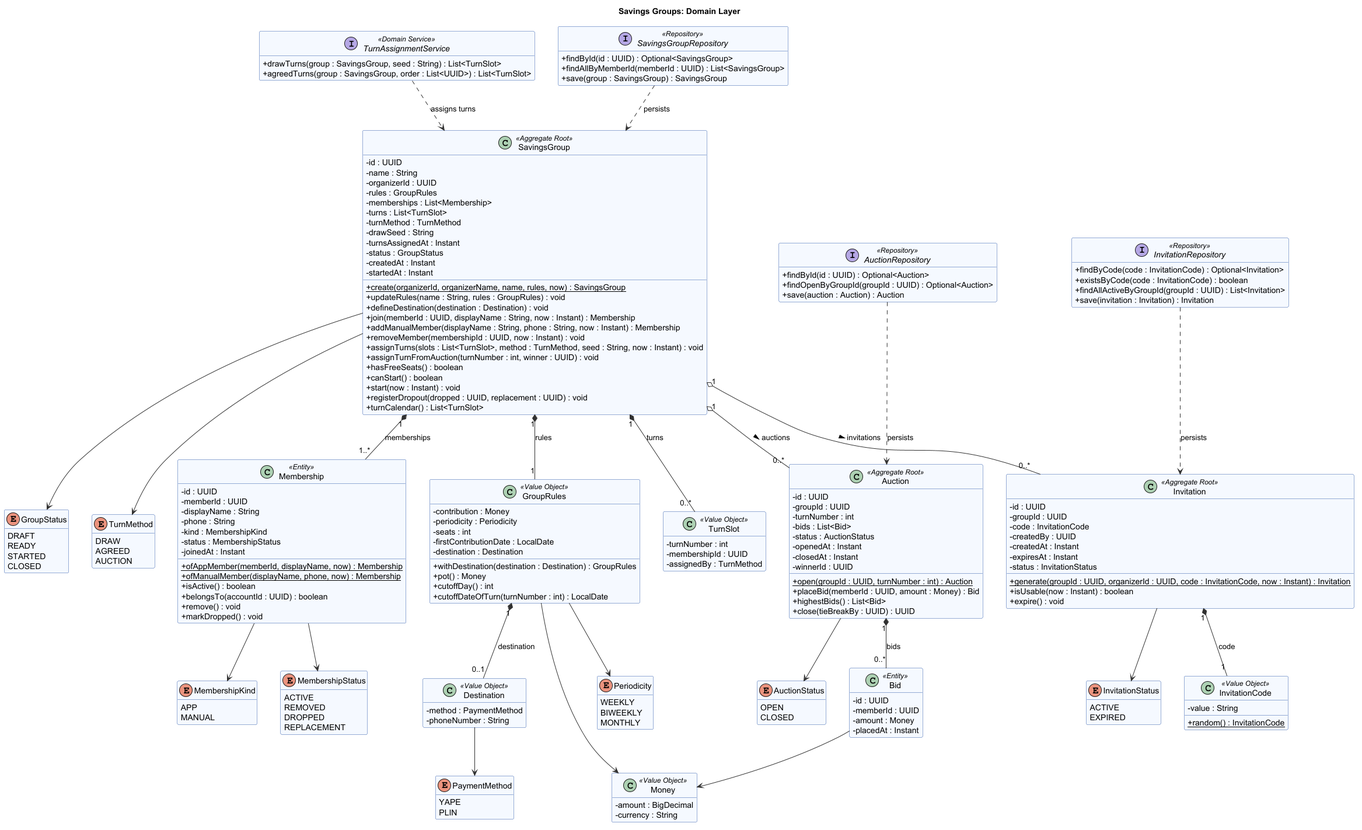
Earlier version of the PlantUML export docs/images/chapter_2/uml_savings_groups_domain.png (kerolabs/pozzo-doc).
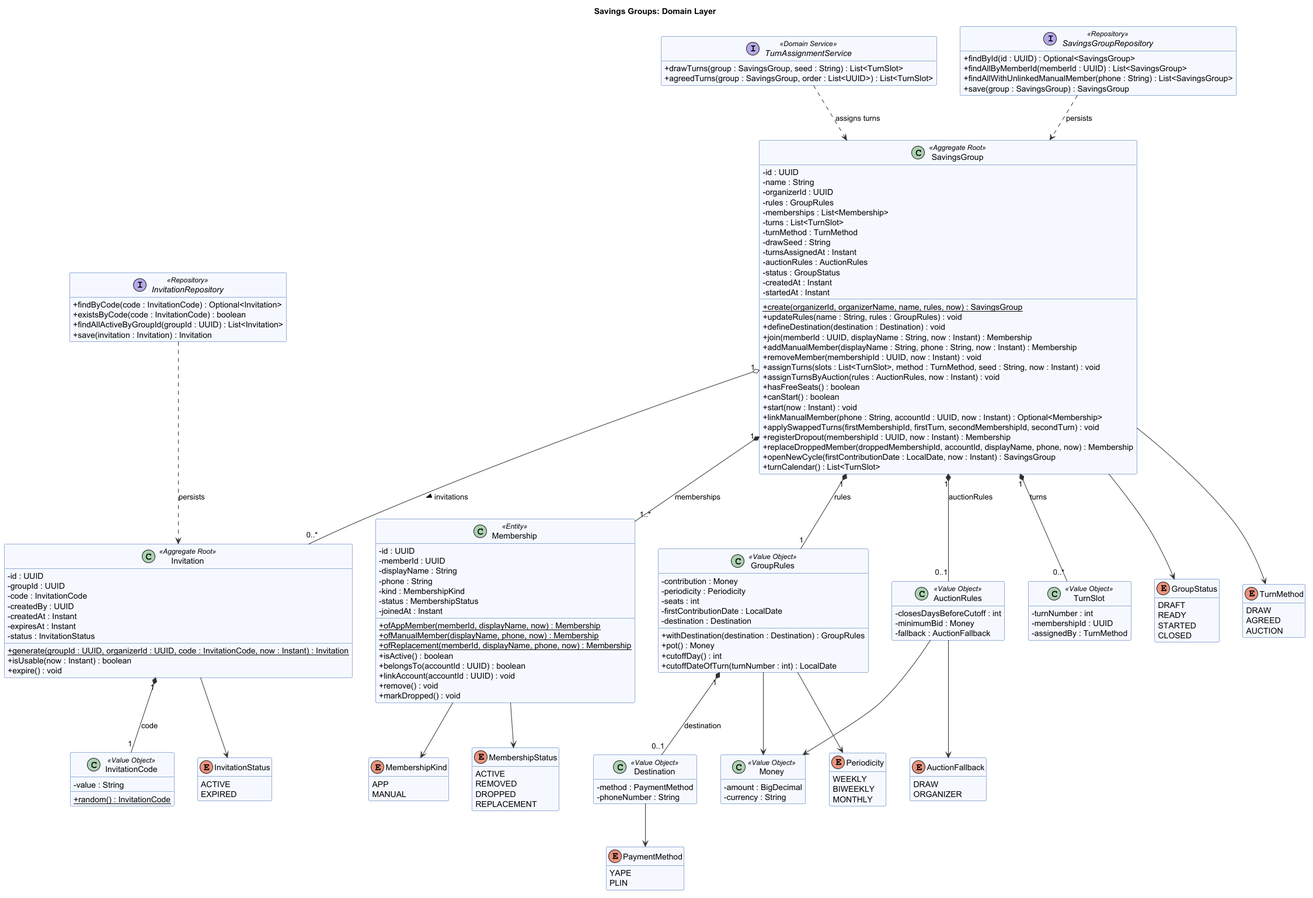
Later version of the same file.

Commit message:
docs: regenerate the diagrams of Contributions and Savings Groups

What changed in the source:
```diff
@@ -30,6 +30,7 @@
     - turnMethod : TurnMethod
     - drawSeed : String
     - turnsAssignedAt : Instant
+    - auctionRules : AuctionRules
     - status : GroupStatus
     - createdAt : Instant
     - startedAt : Instant
@@ -40,11 +41,15 @@
     + addManualMember(displayName : String, phone : String, now : Instant) : Membership
     + removeMember(membershipId : UUID, now : Instant) : void
     + assignTurns(slots : List<TurnSlot>, method : TurnMethod, seed : String, now : Instant) : void
-    + assignTurnFromAuction(turnNumber : int, winner : UUID) : void
+    + assignTurnsByAuction(rules : AuctionRules, now : Instant) : void
     + hasFreeSeats() : boolean
     + canStart() : boolean
     + start(now : Instant) : void
-    + registerDropout(dropped : UUID, replacement : UUID) : void
+    + linkManualMember(phone : String, accountId : UUID, now : Instant) : Optional<Membership>
+    + applySwappedTurns(firstMembershipId, firstTurn, secondMembershipId, secondTurn) : void
+    + registerDropout(membershipId : UUID, now : Instant) : Membership
+    + replaceDroppedMember(droppedMembershipId, accountId, displayName, phone, now) : Membership
+    + openNewCycle(firstContributionDate : LocalDate, now : Instant) : SavingsGroup
     + turnCalendar() : List<TurnSlot>
   }
 
@@ -61,21 +66,6 @@
     + expire() : void
   }
 
-  class Auction <<Aggregate Root>> {
-    - id : UUID
-    - groupId : UUID
-    - turnNumber : int
-    - bids : List<Bid>
-    - status : AuctionStatus
-    - openedAt : Instant
-    - closedAt : Instant
-    - winnerId : UUID
-    + open(groupId : UUID, turnNumber : int) : Auction {static}
-    + placeBid(memberId : UUID, amount : Money) : Bid
-    + highestBids() : List<Bid>
-    + close(tieBreakBy : UUID) : UUID
-  }
-
   class Membership <<Entity>> {
     - id : UUID
     - memberId : UUID
@@ -86,17 +76,12 @@
     - joinedAt : Instant
     + ofAppMember(memberId, displayName, now) : Membership {static}
     + ofManualMember(displayName, phone, now) : Membership {static}
+    + ofReplacement(memberId, displayName, phone, now) : Membership {static}
     + isActive() : boolean
     + belongsTo(accountId : UUID) : boolean
+    + linkAccount(accountId : UUID) : void
     + remove() : void
     + markDropped() : void
-  }
-
-  class Bid <<Entity>> {
-    - id : UUID
-    - memberId : UUID
-    - amount : Money
-    - placedAt : Instant
   }
 
   class GroupRules <<Value Object>> {
@@ -109,6 +94,11 @@
     + pot() : Money
     + cutoffDay() : int
     + cutoffDateOfTurn(turnNumber : int) : LocalDate
+  }
+  class AuctionRules <<Value Object>> {
+    - closesDaysBeforeCutoff : int
+    - minimumBid : Money
+    - fallback : AuctionFallback
   }
   class TurnSlot <<Value Object>> {
     - turnNumber : int
@@ -157,9 +147,9 @@
     YAPE
     PLIN
   }
-  enum AuctionStatus {
-    OPEN
-    CLOSED
+  enum AuctionFallback {
+    DRAW
+    ORGANIZER
   }
   enum Periodicity {
     WEEKLY
@@ -175,6 +165,7 @@
   interface SavingsGroupRepository <<Repository>> {
     + findById(id : UUID) : Optional<SavingsGroup>
     + findAllByMemberId(memberId : UUID) : List<SavingsGroup>
+    + findAllWithUnlinkedManualMember(phone : String) : List<SavingsGroup>
     + save(group : SavingsGroup) : SavingsGroup
   }
   interface InvitationRepository <<Repository>> {
@@ -183,22 +174,17 @@
     + findAllActiveByGroupId(groupId : UUID) : List<Invitation>
     + save(invitation : Invitation) : Invitation
   }
-  interface AuctionRepository <<Repository>> {
-    + findById(id : UUID) : Optional<Auction>
-    + findOpenByGroupId(groupId : UUID) : Optional<Auction>
-    + save(auction : Auction) : Auction
-  }
 
 SavingsGroup "1" *-- "1" GroupRules : rules
 SavingsGroup "1" *-- "1..*" Membership : memberships
 SavingsGroup "1" *-- "0..*" TurnSlot : turns
 SavingsGroup "1" o-- "0..*" Invitation : invitations >
-SavingsGroup "1" o-- "0..*" Auction : auctions >
-Auction "1" *-- "0..*" Bid : bids
+SavingsGroup "1" *-- "0..1" AuctionRules : auctionRules
 Invitation "1" *-- "1" InvitationCode : code
 GroupRules "1" *-- "0..1" Destination : destination
 Destination --> PaymentMethod
-Bid --> Money
+AuctionRules --> Money
+AuctionRules --> AuctionFallback
 GroupRules --> Money
 GroupRules --> Periodicity
 SavingsGroup --> GroupStatus
@@ -206,10 +192,8 @@
 Membership --> MembershipKind
 Membership --> MembershipStatus
 Invitation --> InvitationStatus
-Auction --> AuctionStatus
 
 SavingsGroupRepository ..> SavingsGroup : persists
 InvitationRepository ..> Invitation : persists
-AuctionRepository ..> Auction : persists
 TurnAssignmentService ..> SavingsGroup : assigns turns
 @enduml
```
